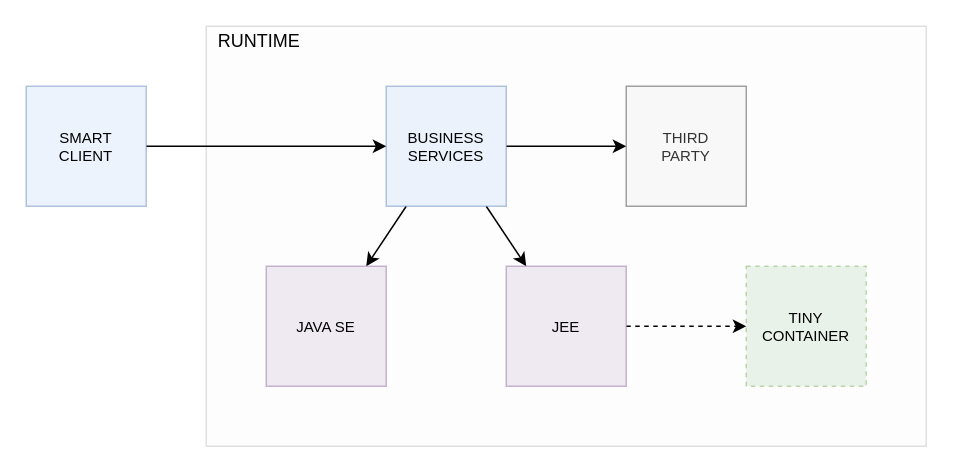
Above: page "App Dependencies" (3 of 15) of docs/container.drawio in js-lib-com/tiny-container (draw.io), before the change. Source tidied: cells renumbered, new cells numbered last; positions are measured from the earlier drawing's top-left corner, leaving out a move shared by most shapes. Both pictures are drawn from the tidied source at 150%, with x=0, y=0 at pixel (26, 26).
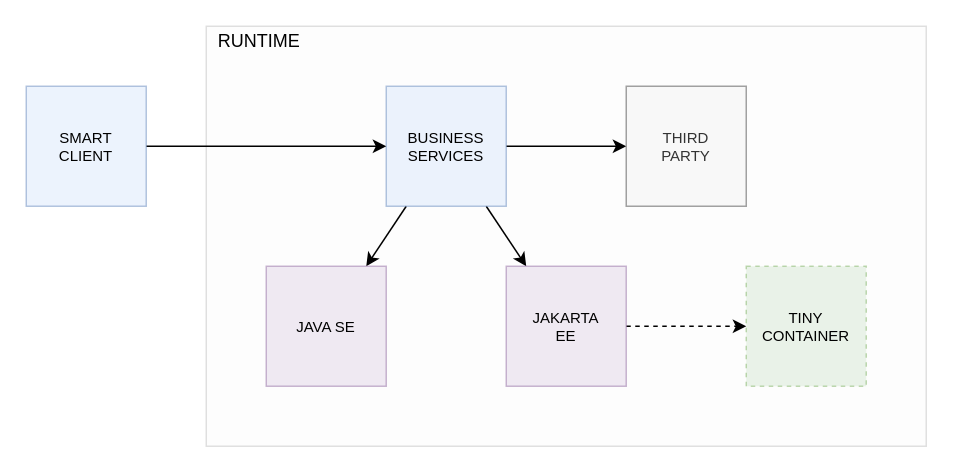
Above is the later version.

Change to the diagram source:
```diff
@@
 <mxGraphModel>
   <root>
     <mxCell id="0" />
     <mxCell id="1" parent="0" />
     <mxCell id="2" style="rounded=0;whiteSpace=wrap;html=1;fontSize=10;opacity=20;fillColor=#f5f5f5;strokeColor=#666666;fontColor=#333333;" parent="1" vertex="1">
       <mxGeometry x="120" width="480" height="280" as="geometry" />
     </mxCell>
     <mxCell id="3" style="rounded=0;jettySize=auto;html=1;fontSize=11;" parent="1" edge="1" source="6" target="7">
       <mxGeometry relative="1" as="geometry" />
     </mxCell>
     <mxCell id="4" style="edgeStyle=none;rounded=0;jettySize=auto;html=1;fontSize=11;" parent="1" edge="1" source="6" target="9">
       <mxGeometry relative="1" as="geometry" />
     </mxCell>
     <mxCell id="5" style="edgeStyle=none;rounded=0;jettySize=auto;html=1;fontSize=11;" parent="1" edge="1" source="6" target="11">
       <mxGeometry relative="1" as="geometry" />
     </mxCell>
     <mxCell id="6" value="BUSINESS&lt;br style=&quot;font-size: 10px;&quot;&gt;SERVICES" style="whiteSpace=wrap;html=1;fontSize=10;fillColor=#dae8fc;strokeColor=#6c8ebf;opacity=50;" parent="1" vertex="1">
       <mxGeometry x="240" y="40" width="80" height="80" as="geometry" />
     </mxCell>
     <mxCell id="7" value="JAVA SE" style="whiteSpace=wrap;html=1;fontSize=10;fillColor=#e1d5e7;strokeColor=#9673a6;opacity=50;" parent="1" vertex="1">
       <mxGeometry x="160" y="160" width="80" height="80" as="geometry" />
     </mxCell>
     <mxCell id="8" style="edgeStyle=none;rounded=0;jettySize=auto;html=1;dashed=1;fontSize=11;" parent="1" edge="1" source="9" target="10">
       <mxGeometry relative="1" as="geometry" />
     </mxCell>
-    <mxCell id="9" value="JEE" style="whiteSpace=wrap;html=1;fontSize=10;fillColor=#e1d5e7;strokeColor=#9673a6;opacity=50;" parent="1" vertex="1">
+    <mxCell id="9" value="JAKARTA&lt;br&gt;EE" style="whiteSpace=wrap;html=1;fontSize=10;fillColor=#e1d5e7;strokeColor=#9673a6;opacity=50;" parent="1" vertex="1">
       <mxGeometry x="320" y="160" width="80" height="80" as="geometry" />
     </mxCell>
     <mxCell id="10" value="TINY&lt;br style=&quot;font-size: 10px;&quot;&gt;CONTAINER" style="whiteSpace=wrap;html=1;fontSize=10;fillColor=#d5e8d4;strokeColor=#82b366;opacity=50;dashed=1;" parent="1" vertex="1">
       <mxGeometry x="480" y="160" width="80" height="80" as="geometry" />
     </mxCell>
     <mxCell id="11" value="THIRD&lt;br&gt;PARTY" style="whiteSpace=wrap;html=1;fontSize=10;fillColor=#f5f5f5;strokeColor=#666666;fontColor=#333333;opacity=60;" parent="1" vertex="1">
       <mxGeometry x="400" y="40" width="80" height="80" as="geometry" />
     </mxCell>
     <mxCell id="12" style="edgeStyle=none;rounded=0;jettySize=auto;html=1;fontSize=12;" parent="1" edge="1" source="13" target="6">
       <mxGeometry relative="1" as="geometry" />
     </mxCell>
     <mxCell id="13" value="SMART&lt;br&gt;CLIENT" style="whiteSpace=wrap;html=1;fontSize=10;opacity=50;fillColor=#dae8fc;strokeColor=#6c8ebf;" parent="1" vertex="1">
       <mxGeometry y="40" width="80" height="80" as="geometry" />
     </mxCell>
     <mxCell id="14" value="RUNTIME" style="text;html=1;align=center;verticalAlign=middle;strokeColor=none;fillColor=none;fontSize=12;" parent="1" vertex="1">
       <mxGeometry x="120" width="70" height="20" as="geometry" />
     </mxCell>
   </root>
 </mxGraphModel>
```
